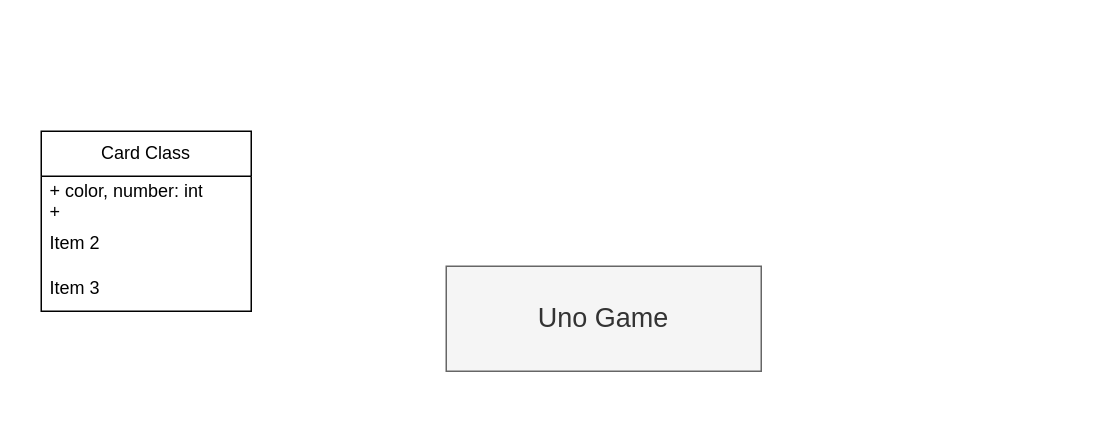
LilianDm/UnoGame keeps this draw.io diagram as UnoGame.drawio. Above is the earlier version. Source tidied: cells renumbered, new cells numbered last; positions are measured from the earlier drawing's top-left corner, leaving out a move shared by most shapes. Both pictures are drawn from the tidied source at 150%, with x=0, y=0 at pixel (40, 130).
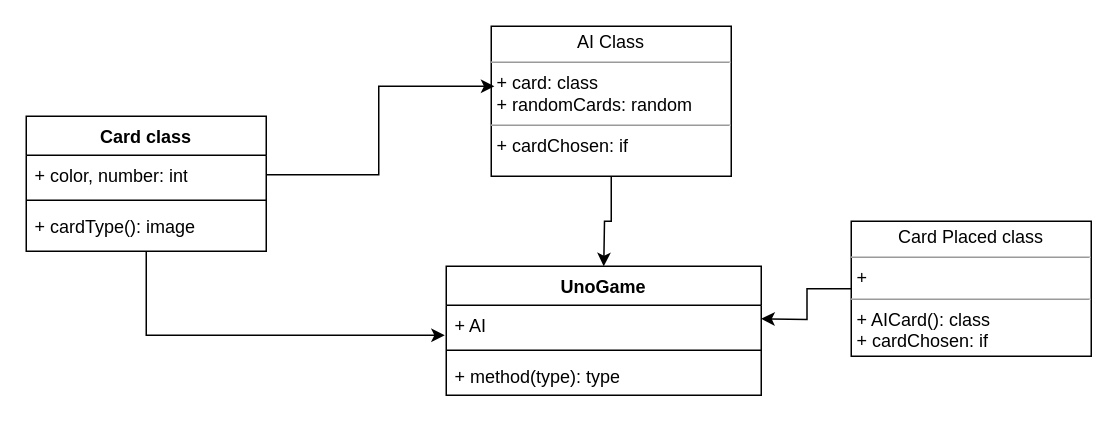
The same diagram, later.

Change to the diagram source:
```diff
@@
 <mxGraphModel>
   <root>
     <mxCell id="0" />
     <mxCell id="1" parent="0" />
-    <mxCell id="2" value="&lt;font style=&quot;font-size: 18px;&quot;&gt;Uno Game&lt;/font&gt;" style="rounded=0;whiteSpace=wrap;html=1;fillColor=#f5f5f5;fontColor=#333333;strokeColor=#666666;" parent="1" vertex="1">
-      <mxGeometry x="270" y="90" width="210" height="70" as="geometry" />
-    </mxCell>
-    <mxCell id="3" value="Card Class" style="swimlane;fontStyle=0;horizontal=1;startSize=30;whiteSpace=wrap;html=1;" parent="1" vertex="1">
-      <mxGeometry width="140" height="120" as="geometry" />
-    </mxCell>
-    <mxCell id="4" value="+ color, number: int&lt;br&gt;+&amp;nbsp;" style="text;strokeColor=none;fillColor=none;align=left;verticalAlign=middle;spacingLeft=4;spacingRight=4;overflow=hidden;whiteSpace=wrap;html=1;" parent="3" vertex="1">
-      <mxGeometry y="30" width="140" height="30" as="geometry" />
-    </mxCell>
-    <mxCell id="5" value="Item 2" style="text;strokeColor=none;fillColor=none;align=left;verticalAlign=middle;spacingLeft=4;spacingRight=4;overflow=hidden;whiteSpace=wrap;html=1;" parent="3" vertex="1">
-      <mxGeometry y="60" width="140" height="30" as="geometry" />
-    </mxCell>
-    <mxCell id="6" value="Item 3" style="text;strokeColor=none;fillColor=none;align=left;verticalAlign=middle;spacingLeft=4;spacingRight=4;overflow=hidden;whiteSpace=wrap;html=1;" parent="3" vertex="1">
-      <mxGeometry y="90" width="140" height="30" as="geometry" />
-    </mxCell>
+    <mxCell id="7" style="edgeStyle=orthogonalEdgeStyle;rounded=0;jettySize=auto;html=1;entryX=-0.005;entryY=0.657;entryDx=0;entryDy=0;entryPerimeter=0;" parent="1" edge="1" source="8">
+      <mxGeometry relative="1" as="geometry">
+        <mxPoint x="269" y="136" as="targetPoint" />
+        <Array as="points">
+          <mxPoint x="70" y="136" />
+        </Array>
+      </mxGeometry>
+    </mxCell>
+    <mxCell id="8" value="Card class" style="swimlane;fontStyle=1;align=center;verticalAlign=top;horizontal=1;startSize=26;whiteSpace=wrap;html=1;" parent="1" vertex="1">
+      <mxGeometry x="-10" y="-10" width="160" height="90" as="geometry" />
+    </mxCell>
+    <mxCell id="9" value="+ color, number: int" style="text;strokeColor=none;fillColor=none;align=left;verticalAlign=top;spacingLeft=4;spacingRight=4;overflow=hidden;points=[[0,0.5],[1,0.5]];portConstraint=eastwest;whiteSpace=wrap;html=1;" parent="8" vertex="1">
+      <mxGeometry y="26" width="160" height="26" as="geometry" />
+    </mxCell>
+    <mxCell id="10" style="line;strokeWidth=1;fillColor=none;align=left;verticalAlign=middle;spacingTop=-1;spacingLeft=3;spacingRight=3;labelPosition=right;strokeColor=inherit;" parent="8" vertex="1">
+      <mxGeometry y="52" width="160" height="8" as="geometry" />
+    </mxCell>
+    <mxCell id="11" value="+ cardType(): image" style="text;strokeColor=none;fillColor=none;align=left;verticalAlign=top;spacingLeft=4;spacingRight=4;overflow=hidden;whiteSpace=wrap;html=1;" parent="8" vertex="1">
+      <mxGeometry y="60" width="160" height="30" as="geometry" />
+    </mxCell>
+    <mxCell id="12" style="edgeStyle=orthogonalEdgeStyle;rounded=0;jettySize=auto;html=1;" parent="1" edge="1" source="13">
+      <mxGeometry relative="1" as="geometry">
+        <mxPoint x="375" y="90" as="targetPoint" />
+      </mxGeometry>
+    </mxCell>
+    <mxCell id="13" value="&lt;p style=&quot;margin:0px;margin-top:4px;text-align:center;&quot;&gt;AI Class&lt;/p&gt;&lt;hr size=&quot;1&quot;&gt;&lt;p style=&quot;margin:0px;margin-left:4px;&quot;&gt;+ card: class&lt;/p&gt;&lt;p style=&quot;margin:0px;margin-left:4px;&quot;&gt;+ randomCards: random&lt;/p&gt;&lt;hr size=&quot;1&quot;&gt;&lt;p style=&quot;margin:0px;margin-left:4px;&quot;&gt;&lt;span style=&quot;background-color: initial;&quot;&gt;+ cardChosen: if&lt;/span&gt;&lt;br&gt;&lt;/p&gt;" style="verticalAlign=top;align=left;overflow=fill;html=1;whiteSpace=wrap;" parent="1" vertex="1">
+      <mxGeometry x="300" y="-70" width="160" height="100" as="geometry" />
+    </mxCell>
+    <mxCell id="14" style="edgeStyle=orthogonalEdgeStyle;rounded=0;jettySize=auto;html=1;entryX=1;entryY=0.5;entryDx=0;entryDy=0;" parent="1" edge="1" source="15">
+      <mxGeometry relative="1" as="geometry">
+        <mxPoint x="480" y="125" as="targetPoint" />
+      </mxGeometry>
+    </mxCell>
+    <mxCell id="15" value="&lt;p style=&quot;margin:0px;margin-top:4px;text-align:center;&quot;&gt;Card Placed class&lt;/p&gt;&lt;hr size=&quot;1&quot;&gt;&lt;p style=&quot;margin:0px;margin-left:4px;&quot;&gt;+&amp;nbsp;&lt;/p&gt;&lt;hr size=&quot;1&quot;&gt;&lt;p style=&quot;margin:0px;margin-left:4px;&quot;&gt;+ AICard(): class&lt;/p&gt;&lt;p style=&quot;margin:0px;margin-left:4px;&quot;&gt;+ cardChosen: if&lt;/p&gt;" style="verticalAlign=top;align=left;overflow=fill;html=1;whiteSpace=wrap;" parent="1" vertex="1">
+      <mxGeometry x="540" y="60" width="160" height="90" as="geometry" />
+    </mxCell>
+    <mxCell id="16" style="edgeStyle=orthogonalEdgeStyle;rounded=0;jettySize=auto;html=1;entryX=0.013;entryY=0.4;entryDx=0;entryDy=0;entryPerimeter=0;" parent="1" edge="1" source="9" target="13">
+      <mxGeometry relative="1" as="geometry" />
+    </mxCell>
+    <mxCell id="17" value="UnoGame" style="swimlane;fontStyle=1;align=center;verticalAlign=top;horizontal=1;startSize=26;whiteSpace=wrap;html=1;" parent="1" vertex="1">
+      <mxGeometry x="270" y="90" width="210" height="86" as="geometry" />
+    </mxCell>
+    <mxCell id="18" value="+ AI" style="text;strokeColor=none;fillColor=none;align=left;verticalAlign=top;spacingLeft=4;spacingRight=4;overflow=hidden;whiteSpace=wrap;html=1;" parent="17" vertex="1">
+      <mxGeometry y="26" width="210" height="26" as="geometry" />
+    </mxCell>
+    <mxCell id="19" style="line;strokeWidth=1;fillColor=none;align=left;verticalAlign=middle;spacingTop=-1;spacingLeft=3;spacingRight=3;labelPosition=right;strokeColor=inherit;" parent="17" vertex="1">
+      <mxGeometry y="52" width="210" height="8" as="geometry" />
+    </mxCell>
+    <mxCell id="20" value="+ method(type): type" style="text;strokeColor=none;fillColor=none;align=left;verticalAlign=top;spacingLeft=4;spacingRight=4;overflow=hidden;whiteSpace=wrap;html=1;" parent="17" vertex="1">
+      <mxGeometry y="60" width="210" height="26" as="geometry" />
+    </mxCell>
   </root>
 </mxGraphModel>
```
